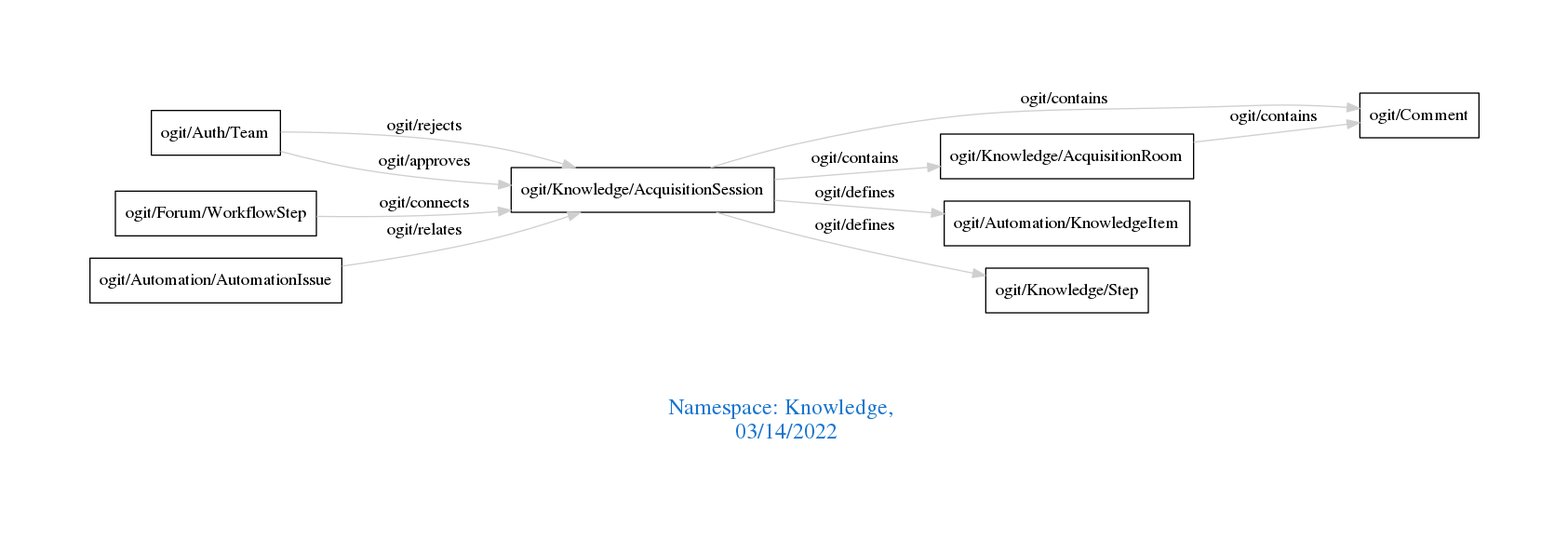
This is downloads/Knowledge.png from arago/OGIT, a Graphviz export, as it was before one commit. Its source is kept beside it as downloads/Knowledge.dot.
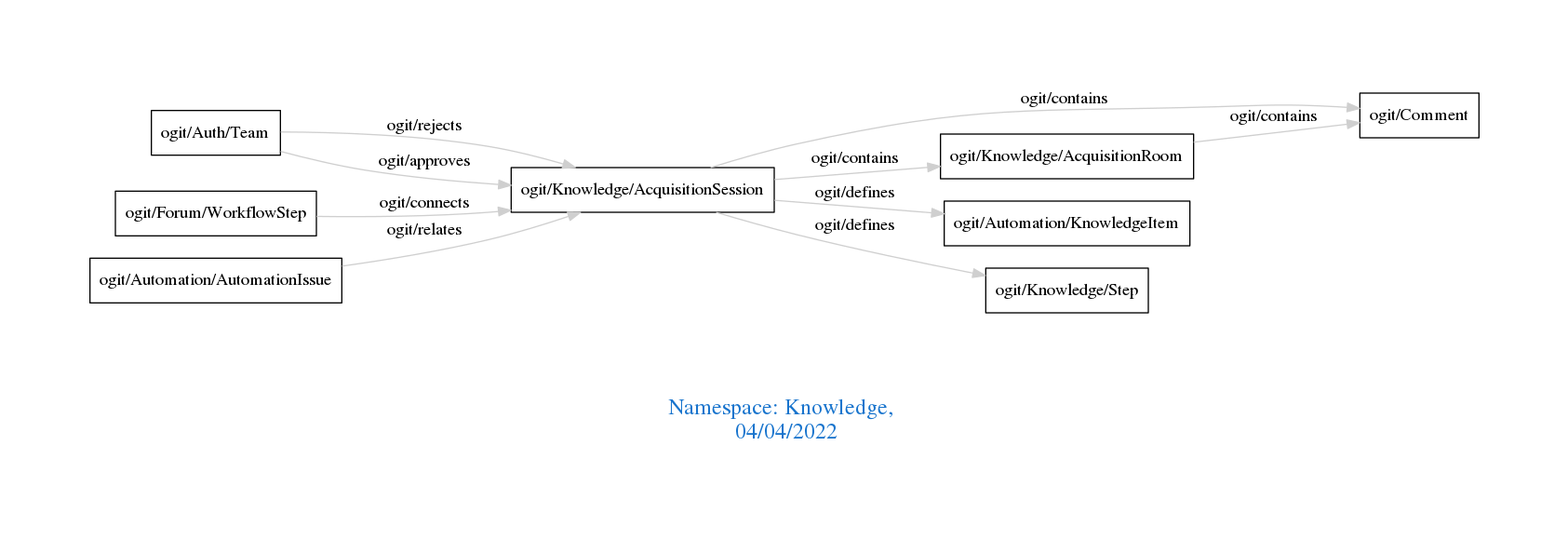
The same file after the commit.

Diff of the diagram source:
```diff
@@ -1,7 +1,7 @@
 digraph OGIT_ontology {
  graph [ rankdir= LR,pad=1
 fontsize = 18,
-fontcolor= dodgerblue3,label = "\n\n\nNamespace: Knowledge, \n 03/14/2022"];
+fontcolor= dodgerblue3,label = "\n\n\nNamespace: Knowledge, \n 04/04/2022"];
 node[shape=polygon];
 edge [  color="gray81"];
 
```
